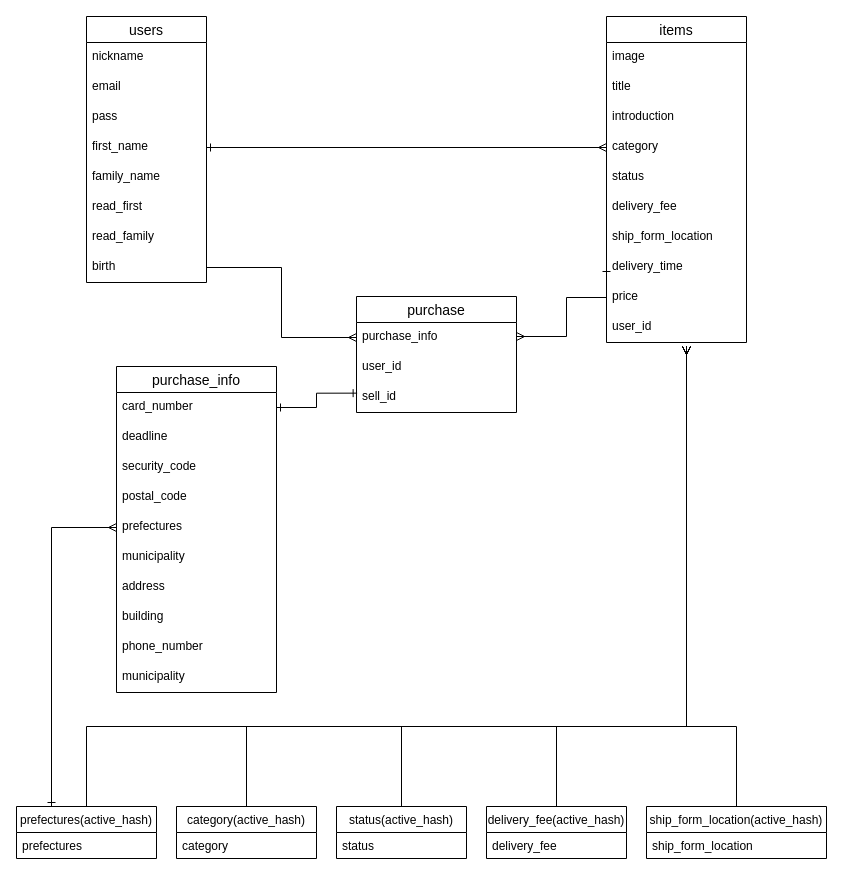
hironaga0213/furima-31766 keeps this draw.io diagram as app/er.dio. Above is the earlier version. Source tidied: cells renumbered, new cells numbered last; positions are measured from the earlier drawing's top-left corner, leaving out a move shared by most shapes. Both pictures are drawn from the tidied source at 100%, with x=0, y=0 at pixel (16, 16).
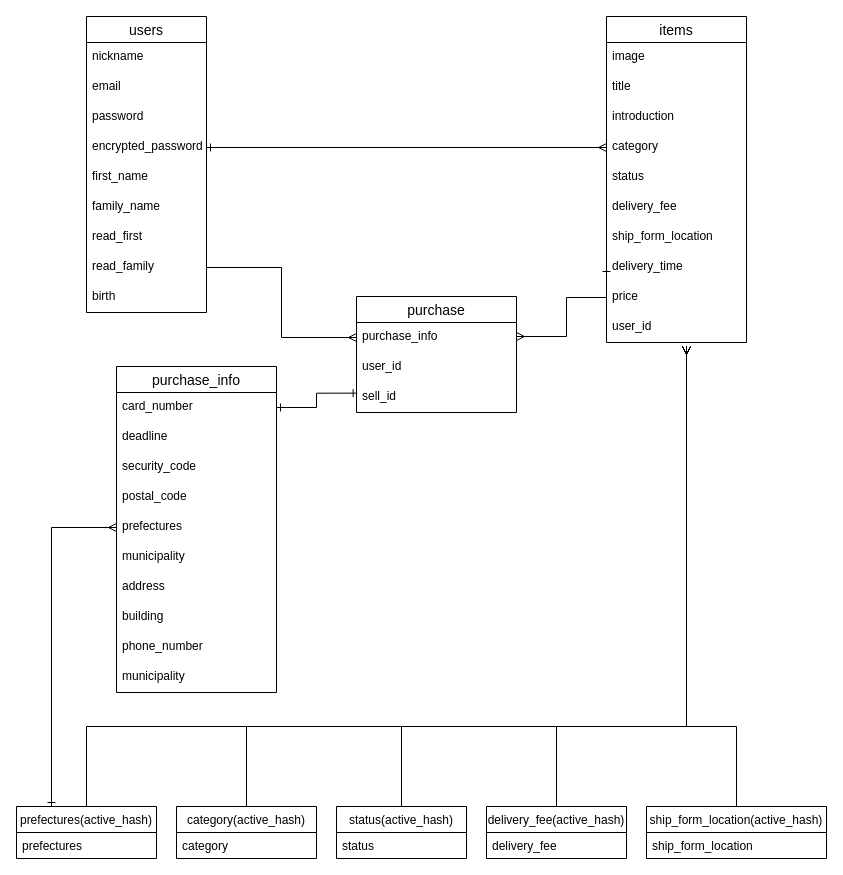
After the change.

Commit message (it also covers changes not shown here):
修正：データベース設計

Diff of the diagram source:
```diff
@@
     <mxCell id="3" value="users" style="swimlane;fontStyle=0;horizontal=1;startSize=26;align=center;fontSize=14;" parent="1" vertex="1">
-      <mxGeometry x="70" width="120" height="266" as="geometry" />
+      <mxGeometry x="70" width="120" height="296" as="geometry" />
     </mxCell>
@@
-    <mxCell id="6" value="pass" style="text;strokeColor=none;fillColor=none;spacingLeft=4;spacingRight=4;overflow=hidden;fontSize=12;" parent="3" vertex="1">
+    <mxCell id="6" value="password" style="text;strokeColor=none;fillColor=none;spacingLeft=4;spacingRight=4;overflow=hidden;fontSize=12;" parent="3" vertex="1">
       <mxGeometry y="86" width="120" height="30" as="geometry" />
     </mxCell>
-    <mxCell id="7" value="first_name" style="text;strokeColor=none;fillColor=none;spacingLeft=4;spacingRight=4;overflow=hidden;points=[[0,0.5],[1,0.5]];portConstraint=eastwest;fontSize=12;" parent="3" vertex="1">
+    <mxCell id="7" value="encrypted_password" style="text;strokeColor=none;fillColor=none;spacingLeft=4;spacingRight=4;overflow=hidden;points=[[0,0.5],[1,0.5]];portConstraint=eastwest;fontSize=12;" parent="3" vertex="1">
       <mxGeometry y="116" width="120" height="30" as="geometry" />
     </mxCell>
-    <mxCell id="8" value="family_name" style="text;strokeColor=none;fillColor=none;spacingLeft=4;spacingRight=4;overflow=hidden;fontSize=12;" parent="3" vertex="1">
+    <mxCell id="8" value="first_name" style="text;strokeColor=none;fillColor=none;spacingLeft=4;spacingRight=4;overflow=hidden;fontSize=12;" parent="3" vertex="1">
       <mxGeometry y="146" width="120" height="30" as="geometry" />
     </mxCell>
-    <mxCell id="9" value="read_first" style="text;strokeColor=none;fillColor=none;spacingLeft=4;spacingRight=4;overflow=hidden;fontSize=12;" parent="3" vertex="1">
+    <mxCell id="9" value="family_name" style="text;strokeColor=none;fillColor=none;spacingLeft=4;spacingRight=4;overflow=hidden;fontSize=12;" parent="3" vertex="1">
       <mxGeometry y="176" width="120" height="30" as="geometry" />
     </mxCell>
-    <mxCell id="10" value="read_family" style="text;strokeColor=none;fillColor=none;spacingLeft=4;spacingRight=4;overflow=hidden;fontSize=12;" parent="3" vertex="1">
+    <mxCell id="10" value="read_first" style="text;strokeColor=none;fillColor=none;spacingLeft=4;spacingRight=4;overflow=hidden;fontSize=12;" parent="3" vertex="1">
       <mxGeometry y="206" width="120" height="30" as="geometry" />
     </mxCell>
-    <mxCell id="11" value="birth" style="text;strokeColor=none;fillColor=none;spacingLeft=4;spacingRight=4;overflow=hidden;points=[[0,0.5],[1,0.5]];portConstraint=eastwest;fontSize=12;" parent="3" vertex="1">
+    <mxCell id="11" value="read_family" style="text;strokeColor=none;fillColor=none;spacingLeft=4;spacingRight=4;overflow=hidden;points=[[0,0.5],[1,0.5]];portConstraint=eastwest;fontSize=12;" parent="3" vertex="1">
       <mxGeometry y="236" width="120" height="30" as="geometry" />
     </mxCell>
+    <mxCell id="57" value="birth" style="text;strokeColor=none;fillColor=none;spacingLeft=4;spacingRight=4;overflow=hidden;fontSize=12;" parent="3" vertex="1">
+      <mxGeometry y="266" width="120" height="30" as="geometry" />
+    </mxCell>
```
